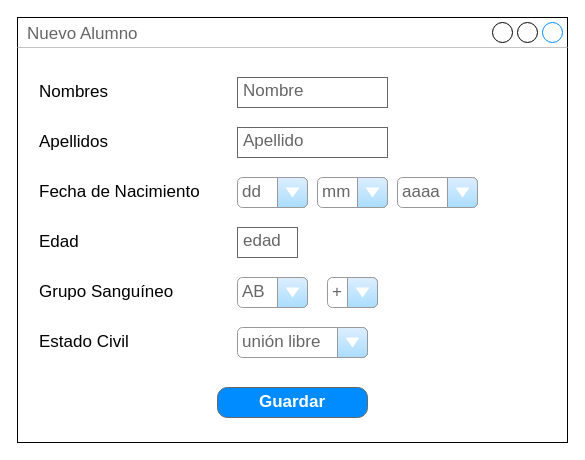
Before: Diagrama sin título.drawio in DuvanT/EjemploGIT, a draw.io diagram. Source tidied: cells renumbered, new cells numbered last; positions are measured from the earlier drawing's top-left corner, leaving out a move shared by most shapes. Both pictures are drawn from the tidied source at 100%, with x=0, y=0 at pixel (17, 17).
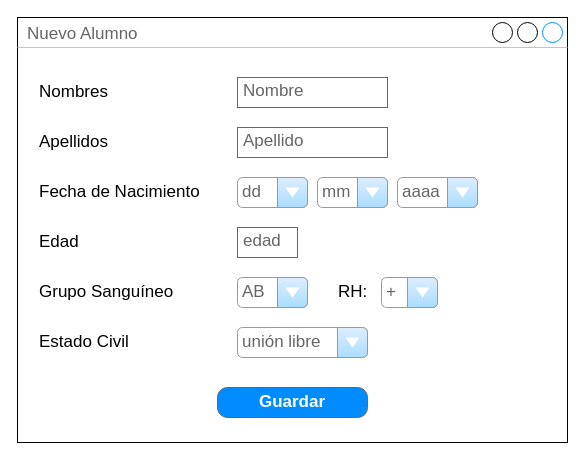
After the change.

Commit message (it also covers changes not shown here):
Nuevo Alumno

Change to the diagram source:
```diff
@@
 <mxGraphModel>
   <root>
     <mxCell id="0" />
     <mxCell id="1" parent="0" />
     <mxCell id="2" value="Nuevo Alumno" style="strokeWidth=1;shadow=0;dashed=0;align=center;html=1;shape=mxgraph.mockup.containers.window;align=left;verticalAlign=top;spacingLeft=8;strokeColor2=#008cff;strokeColor3=#c4c4c4;fontColor=#666666;mainText=;fontSize=17;labelBackgroundColor=none;whiteSpace=wrap;" parent="1" vertex="1">
       <mxGeometry width="550" height="425" as="geometry" />
     </mxCell>
     <mxCell id="3" value="Nombre" style="strokeWidth=1;shadow=0;dashed=0;align=center;html=1;shape=mxgraph.mockup.text.textBox;fontColor=#666666;align=left;fontSize=17;spacingLeft=4;spacingTop=-3;whiteSpace=wrap;strokeColor=#666666;mainText=;" parent="1" vertex="1">
       <mxGeometry x="220" y="60" width="150" height="30" as="geometry" />
     </mxCell>
     <mxCell id="4" value="Apellido" style="strokeWidth=1;shadow=0;dashed=0;align=center;html=1;shape=mxgraph.mockup.text.textBox;fontColor=#666666;align=left;fontSize=17;spacingLeft=4;spacingTop=-3;whiteSpace=wrap;strokeColor=#666666;mainText=;" parent="1" vertex="1">
       <mxGeometry x="220" y="110" width="150" height="30" as="geometry" />
     </mxCell>
     <mxCell id="5" value="dd" style="strokeWidth=1;shadow=0;dashed=0;align=center;html=1;shape=mxgraph.mockup.forms.comboBox;strokeColor=#999999;fillColor=#ddeeff;align=left;fillColor2=#aaddff;mainText=;fontColor=#666666;fontSize=17;spacingLeft=3;" parent="1" vertex="1">
       <mxGeometry x="220" y="160" width="70" height="30" as="geometry" />
     </mxCell>
     <mxCell id="6" value="mm" style="strokeWidth=1;shadow=0;dashed=0;align=center;html=1;shape=mxgraph.mockup.forms.comboBox;strokeColor=#999999;fillColor=#ddeeff;align=left;fillColor2=#aaddff;mainText=;fontColor=#666666;fontSize=17;spacingLeft=3;" parent="1" vertex="1">
       <mxGeometry x="300" y="160" width="70" height="30" as="geometry" />
     </mxCell>
     <mxCell id="7" value="aaaa" style="strokeWidth=1;shadow=0;dashed=0;align=center;html=1;shape=mxgraph.mockup.forms.comboBox;strokeColor=#999999;fillColor=#ddeeff;align=left;fillColor2=#aaddff;mainText=;fontColor=#666666;fontSize=17;spacingLeft=3;" parent="1" vertex="1">
       <mxGeometry x="380" y="160" width="80" height="30" as="geometry" />
     </mxCell>
     <mxCell id="8" value="edad" style="strokeWidth=1;shadow=0;dashed=0;align=center;html=1;shape=mxgraph.mockup.text.textBox;fontColor=#666666;align=left;fontSize=17;spacingLeft=4;spacingTop=-3;whiteSpace=wrap;strokeColor=#666666;mainText=;" parent="1" vertex="1">
       <mxGeometry x="220" y="210" width="60" height="30" as="geometry" />
     </mxCell>
     <mxCell id="9" value="AB" style="strokeWidth=1;shadow=0;dashed=0;align=center;html=1;shape=mxgraph.mockup.forms.comboBox;strokeColor=#999999;fillColor=#ddeeff;align=left;fillColor2=#aaddff;mainText=;fontColor=#666666;fontSize=17;spacingLeft=3;" parent="1" vertex="1">
       <mxGeometry x="220" y="260" width="70" height="30" as="geometry" />
     </mxCell>
-    <mxCell id="10" value="+" style="strokeWidth=1;shadow=0;dashed=0;align=center;html=1;shape=mxgraph.mockup.forms.comboBox;strokeColor=#999999;fillColor=#ddeeff;align=left;fillColor2=#aaddff;mainText=;fontColor=#666666;fontSize=17;spacingLeft=3;" parent="1" vertex="1">
-      <mxGeometry x="310" y="260" width="50" height="30" as="geometry" />
+    <mxCell id="10" value="+" style="strokeWidth=1;shadow=0;dashed=0;align=left;html=1;shape=mxgraph.mockup.forms.comboBox;strokeColor=#999999;fillColor=#ddeeff;align=left;fillColor2=#aaddff;mainText=;fontColor=#666666;fontSize=17;spacingLeft=3;" parent="1" vertex="1">
+      <mxGeometry x="364" y="260" width="56" height="30" as="geometry" />
     </mxCell>
     <mxCell id="11" value="unión libre" style="strokeWidth=1;shadow=0;dashed=0;align=center;html=1;shape=mxgraph.mockup.forms.comboBox;strokeColor=#999999;fillColor=#ddeeff;align=left;fillColor2=#aaddff;mainText=;fontColor=#666666;fontSize=17;spacingLeft=3;" parent="1" vertex="1">
       <mxGeometry x="220" y="310" width="130" height="30" as="geometry" />
     </mxCell>
     <mxCell id="12" value="Nombres" style="text;html=1;strokeColor=none;fillColor=none;align=left;verticalAlign=middle;whiteSpace=wrap;rounded=0;fontSize=17;fontStyle=0;" parent="1" vertex="1">
       <mxGeometry x="20" y="60" width="120" height="30" as="geometry" />
     </mxCell>
     <mxCell id="13" value="Apellidos" style="text;html=1;strokeColor=none;fillColor=none;align=left;verticalAlign=middle;whiteSpace=wrap;rounded=0;fontSize=17;fontStyle=0;" parent="1" vertex="1">
       <mxGeometry x="20" y="110" width="120" height="30" as="geometry" />
     </mxCell>
     <mxCell id="14" value="Fecha de Nacimiento" style="text;html=1;strokeColor=none;fillColor=none;align=left;verticalAlign=middle;whiteSpace=wrap;rounded=0;fontSize=17;fontStyle=0;" parent="1" vertex="1">
       <mxGeometry x="20" y="160" width="170" height="30" as="geometry" />
     </mxCell>
     <mxCell id="15" value="Edad" style="text;html=1;strokeColor=none;fillColor=none;align=left;verticalAlign=middle;whiteSpace=wrap;rounded=0;fontSize=17;fontStyle=0;" parent="1" vertex="1">
       <mxGeometry x="20" y="210" width="120" height="30" as="geometry" />
     </mxCell>
     <mxCell id="16" value="Grupo Sanguíneo" style="text;html=1;strokeColor=none;fillColor=none;align=left;verticalAlign=middle;whiteSpace=wrap;rounded=0;fontSize=17;fontStyle=0;" parent="1" vertex="1">
       <mxGeometry x="20" y="260" width="140" height="30" as="geometry" />
     </mxCell>
     <mxCell id="17" value="Estado Civil" style="text;html=1;strokeColor=none;fillColor=none;align=left;verticalAlign=middle;whiteSpace=wrap;rounded=0;fontSize=17;fontStyle=0;" parent="1" vertex="1">
       <mxGeometry x="20" y="310" width="120" height="30" as="geometry" />
     </mxCell>
     <mxCell id="18" value="Guardar" style="strokeWidth=1;shadow=0;dashed=0;align=center;html=1;shape=mxgraph.mockup.buttons.button;strokeColor=#666666;fontColor=#ffffff;mainText=;buttonStyle=round;fontSize=17;fontStyle=1;fillColor=#008cff;whiteSpace=wrap;" parent="1" vertex="1">
       <mxGeometry x="200" y="370" width="150" height="30" as="geometry" />
     </mxCell>
+    <mxCell id="19" value="RH:" style="text;html=1;strokeColor=none;fillColor=none;align=left;verticalAlign=middle;whiteSpace=wrap;rounded=0;fontSize=17;fontStyle=0;" parent="1" vertex="1">
+      <mxGeometry x="319" y="260" width="41" height="30" as="geometry" />
+    </mxCell>
   </root>
 </mxGraphModel>
```
